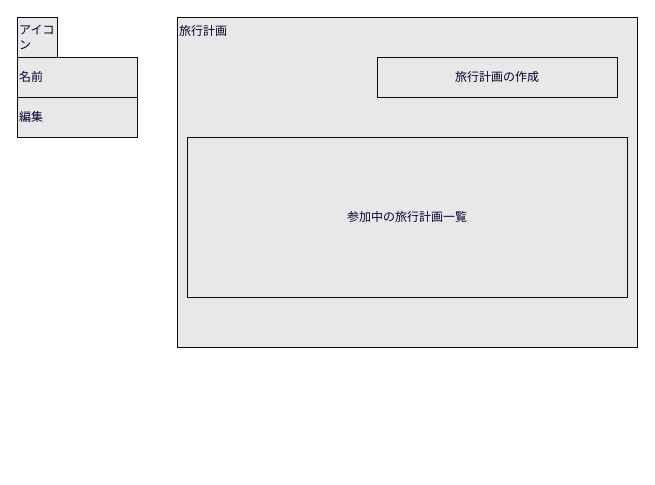
Above: page "MyPage" (6 of 18) of doc/screen.dio in missyu3/our_trip_old (draw.io), before the change. Source tidied: cells renumbered, new cells numbered last; positions are measured from the earlier drawing's top-left corner, leaving out a move shared by most shapes. Both pictures are drawn from the tidied source at 100%, with x=0, y=0 at pixel (17, 17).
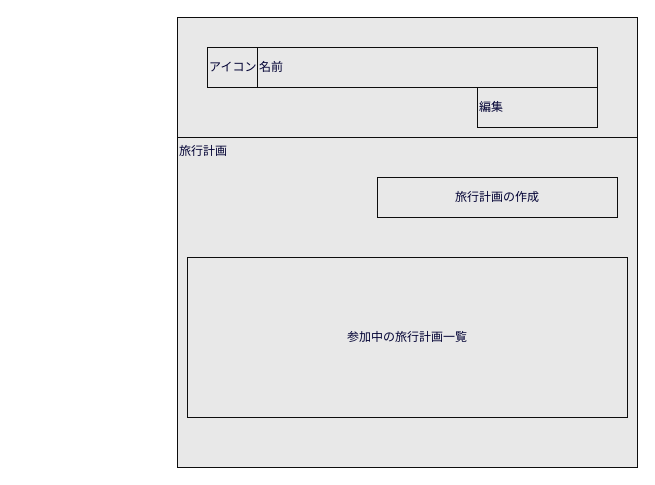
The same diagram, later.

The edit, as a diff of the source:
```diff
@@
 <mxGraphModel>
   <root>
     <mxCell id="0" />
     <mxCell id="1" parent="0" />
+    <mxCell id="3" style="rounded=0;whiteSpace=wrap;html=1;fillColor=#E8E8E8;fontColor=#000033;strokeColor=#0D0D0D;align=left;" parent="1" vertex="1">
+      <mxGeometry x="160" width="460" height="120" as="geometry" />
+    </mxCell>
     <mxCell id="2" value="旅行計画" style="rounded=0;whiteSpace=wrap;html=1;fillColor=#E8E8E8;fontColor=#000033;strokeColor=#0D0D0D;align=left;verticalAlign=top;" parent="1" vertex="1">
-      <mxGeometry x="160" width="460" height="330" as="geometry" />
+      <mxGeometry x="160" y="120" width="460" height="330" as="geometry" />
     </mxCell>
-    <mxCell id="3" value="アイコン" style="rounded=0;whiteSpace=wrap;html=1;fillColor=#E8E8E8;fontColor=#000033;strokeColor=#0D0D0D;align=left;" parent="1" vertex="1">
-      <mxGeometry width="40" height="40" as="geometry" />
-    </mxCell>
     <mxCell id="4" value="名前" style="rounded=0;whiteSpace=wrap;html=1;fillColor=#E8E8E8;fontColor=#000033;strokeColor=#0D0D0D;align=left;" parent="1" vertex="1">
-      <mxGeometry y="40" width="120" height="40" as="geometry" />
+      <mxGeometry x="240" y="30" width="340" height="40" as="geometry" />
     </mxCell>
     <mxCell id="5" value="編集" style="rounded=0;whiteSpace=wrap;html=1;fillColor=#E8E8E8;fontColor=#000033;strokeColor=#0D0D0D;align=left;" parent="1" vertex="1">
-      <mxGeometry y="80" width="120" height="40" as="geometry" />
+      <mxGeometry x="460" y="70" width="120" height="40" as="geometry" />
     </mxCell>
     <mxCell id="6" value="参加中の旅行計画一覧" style="rounded=0;whiteSpace=wrap;html=1;fillColor=#E8E8E8;fontColor=#000033;strokeColor=#0D0D0D;align=center;" parent="1" vertex="1">
-      <mxGeometry x="170" y="120" width="440" height="160" as="geometry" />
+      <mxGeometry x="170" y="240" width="440" height="160" as="geometry" />
     </mxCell>
     <mxCell id="7" value="旅行計画の作成" style="rounded=0;whiteSpace=wrap;html=1;fillColor=#E8E8E8;fontColor=#000033;strokeColor=#0D0D0D;align=center;" parent="1" vertex="1">
-      <mxGeometry x="360" y="40" width="240" height="40" as="geometry" />
+      <mxGeometry x="360" y="160" width="240" height="40" as="geometry" />
     </mxCell>
+    <mxCell id="8" value="アイコン" style="rounded=0;whiteSpace=wrap;html=1;fillColor=#E8E8E8;fontColor=#000033;strokeColor=#0D0D0D;align=left;" parent="1" vertex="1">
+      <mxGeometry x="190" y="30" width="50" height="40" as="geometry" />
+    </mxCell>
   </root>
 </mxGraphModel>
```
